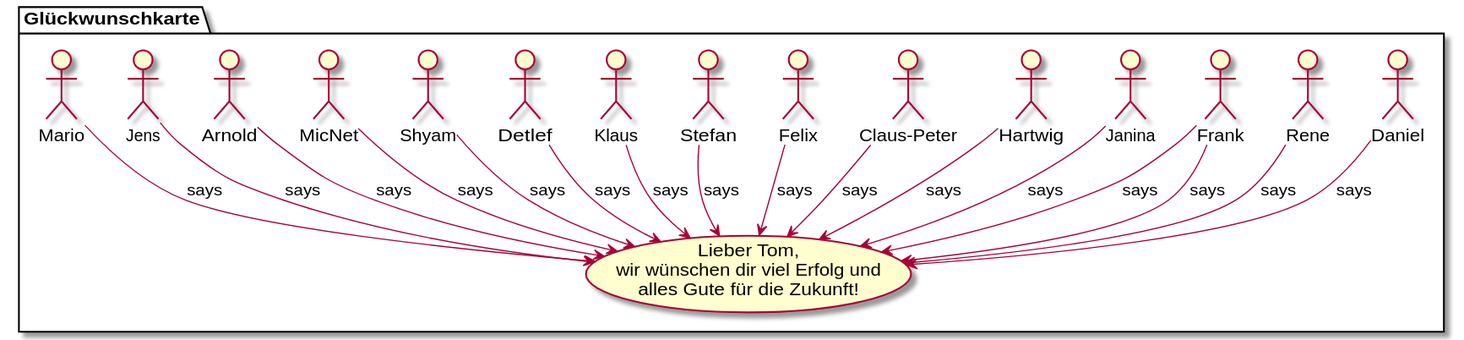
Above: rendered/greetings.svg in dkliem/alles-gute-tom (PlantUML), before the change.
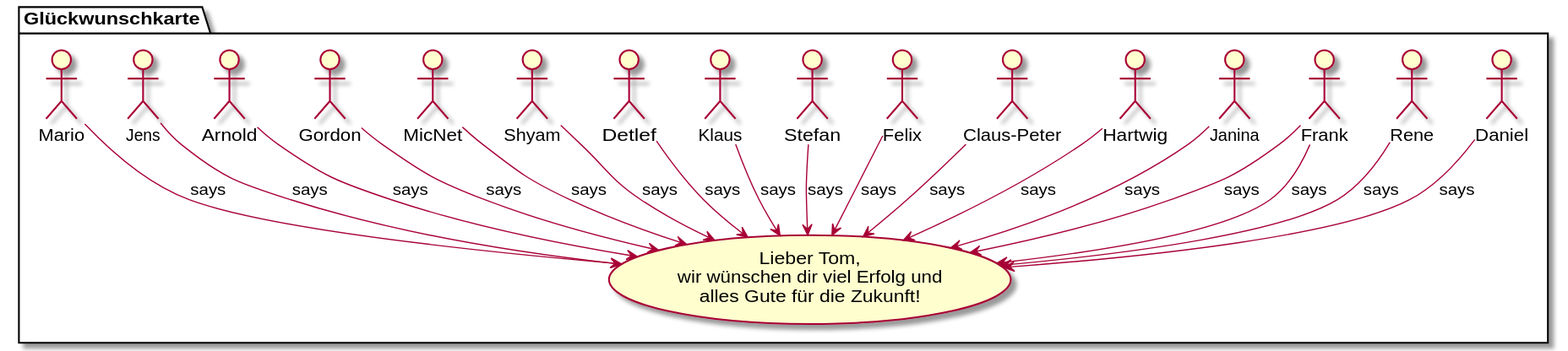
The same file after the commit.

Diff of the diagram source:
```diff
@@ -18,6 +18,7 @@
     :Detlef: --> goodbye: says
     :Shyam: --> goodbye: says
     :MicNet: --> goodbye: says
+    :Gordon: --> goodbye: says
     :Frank: --> goodbye: says
     :Arnold: --> goodbye: says
     :Jens: --> goodbye: says
```
